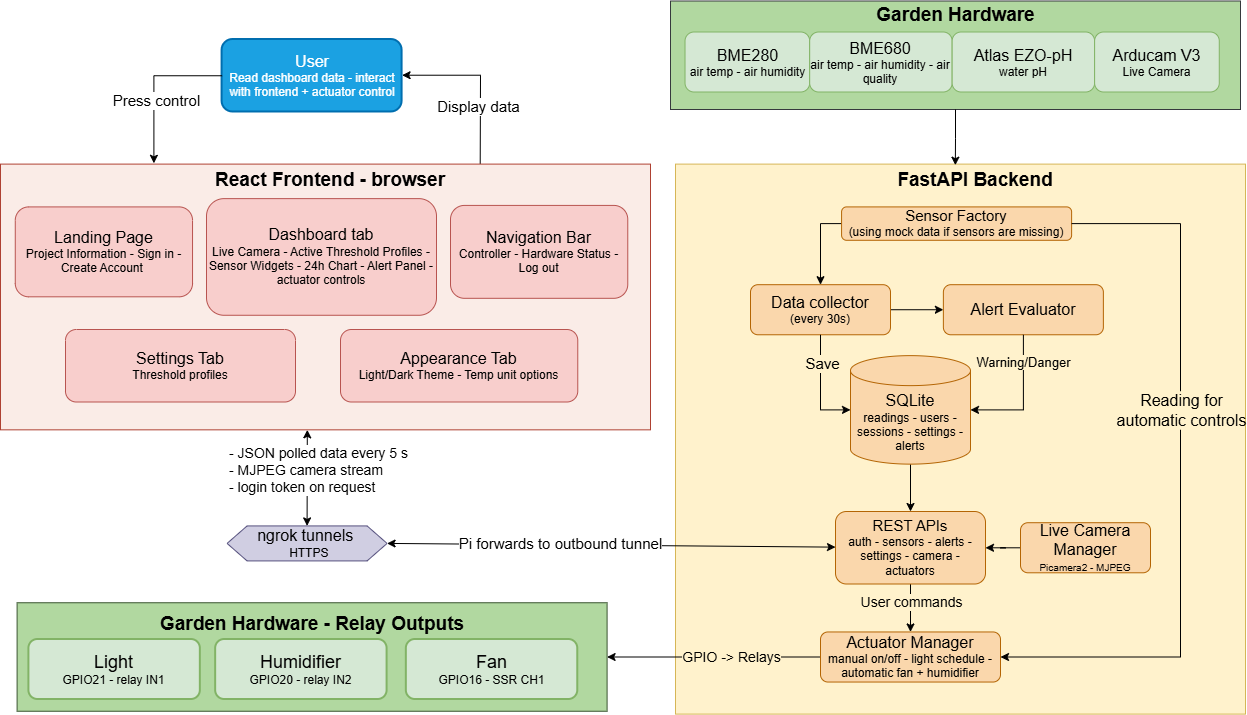
Before: docs/system-architecture/ProtoypeDiagram.png, a diagram exported from draw.io (vlotran/CMPE195A-Group-18). Source tidied: cells renumbered, new cells last; positions are measured from the earlier drawing's top-left corner, leaving out a move shared by most shapes.
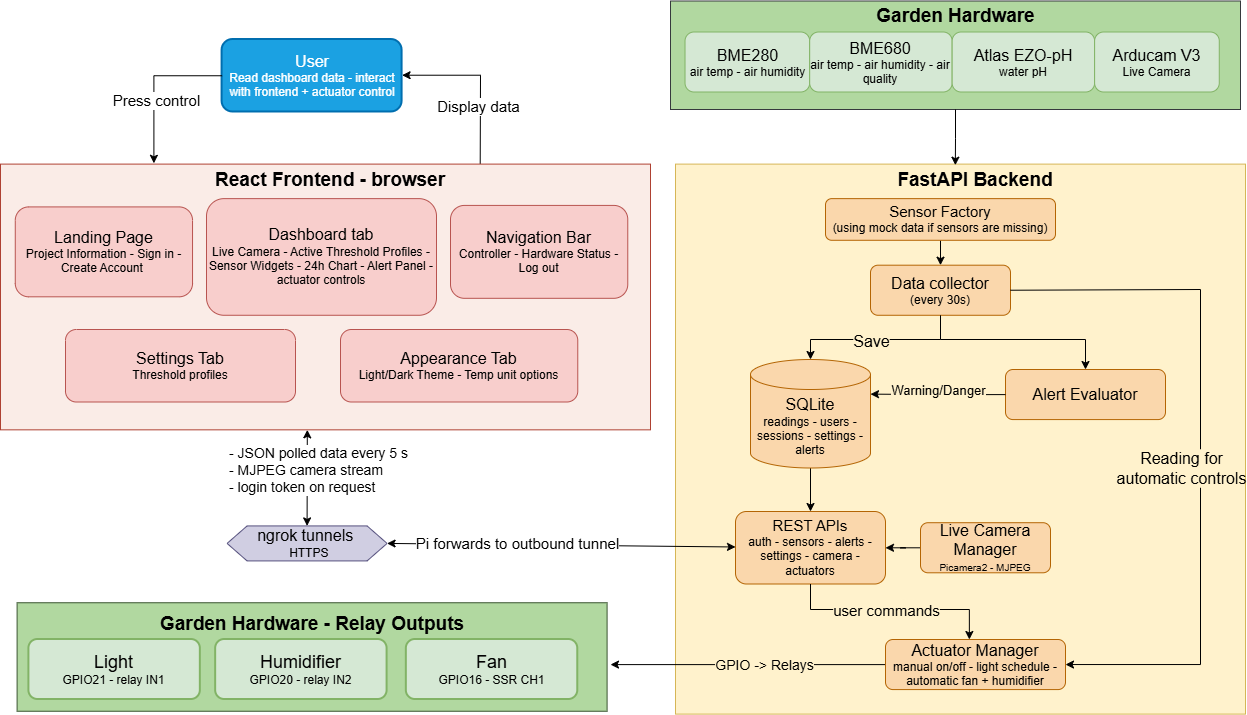
Later version of the same file.

Commit message:
Update the correct prototype diagram

What changed in the source:
```diff
@@ -62,52 +62,39 @@
     <mxCell id="17" value="&lt;b&gt;&lt;font style=&quot;font-size: 19px; color: light-dark(rgb(0, 0, 0), rgb(237, 237, 237));&quot;&gt;Garden Hardware&lt;/font&gt;&lt;/b&gt;" style="text;html=1;whiteSpace=wrap;strokeColor=none;fillColor=none;align=center;verticalAlign=middle;rounded=0;" parent="1" vertex="1">
       <mxGeometry x="831.4" y="-0.5" width="249.3" height="30" as="geometry" />
     </mxCell>
-    <mxCell id="18" style="edgeStyle=orthogonalEdgeStyle;rounded=0;jettySize=auto;html=1;entryX=0.5;entryY=0;entryDx=0;entryDy=0;exitX=0;exitY=0.5;exitDx=0;exitDy=0;" parent="1" edge="1" source="19" target="21">
+    <mxCell id="18" style="edgeStyle=orthogonalEdgeStyle;rounded=0;jettySize=auto;html=1;entryX=0.5;entryY=0;entryDx=0;entryDy=0;defaultLabelBackgroundColor=page;" parent="1" edge="1" source="19" target="21">
       <mxGeometry relative="1" as="geometry" />
     </mxCell>
     <mxCell id="19" value="&lt;font style=&quot;font-size: 15px;&quot;&gt;Sensor Factory&lt;/font&gt;&lt;br&gt;(using mock data if sensors are missing)" style="rounded=1;whiteSpace=wrap;html=1;roundedPerimeter=1;fillColor=#fad7ac;strokeColor=#b46504;" parent="1" vertex="1">
-      <mxGeometry x="841.1" y="205.4" width="230" height="33.4" as="geometry" />
+      <mxGeometry x="825" y="197.1" width="230" height="41.7" as="geometry" />
     </mxCell>
-    <mxCell id="20" style="edgeStyle=orthogonalEdgeStyle;rounded=0;jettySize=auto;html=1;" parent="1" edge="1" source="21" target="22">
-      <mxGeometry relative="1" as="geometry" />
-    </mxCell>
     <mxCell id="21" value="&lt;span style=&quot;font-size: 16px;&quot;&gt;Data collector&lt;/span&gt;&lt;div&gt;(every 30s)&lt;/div&gt;" style="rounded=1;whiteSpace=wrap;html=1;roundedPerimeter=1;fillColor=#fad7ac;strokeColor=#b46504;" parent="1" vertex="1">
-      <mxGeometry x="750" y="283.2" width="140" height="50.1" as="geometry" />
+      <mxGeometry x="870" y="263.7" width="140" height="50.1" as="geometry" />
     </mxCell>
     <mxCell id="22" value="&lt;font style=&quot;font-size: 16px;&quot;&gt;Alert Evaluator&lt;/font&gt;" style="rounded=1;whiteSpace=wrap;html=1;roundedPerimeter=1;fillColor=#fad7ac;strokeColor=#b46504;" parent="1" vertex="1">
-      <mxGeometry x="942.9" y="283.2" width="160" height="50.1" as="geometry" />
+      <mxGeometry x="1005" y="368" width="160" height="50.1" as="geometry" />
     </mxCell>
     <mxCell id="23" style="edgeStyle=orthogonalEdgeStyle;rounded=0;jettySize=auto;html=1;" parent="1" edge="1" source="24" target="44">
       <mxGeometry relative="1" as="geometry" />
     </mxCell>
     <mxCell id="24" value="&lt;span style=&quot;font-size: 16px;&quot;&gt;Live Camera Manager&lt;/span&gt;&lt;div&gt;&lt;font size=&quot;1&quot;&gt;Picamera2 - MJPEG&lt;/font&gt;&lt;/div&gt;" style="rounded=1;whiteSpace=wrap;html=1;roundedPerimeter=1;fillColor=#fad7ac;strokeColor=#b46504;" parent="1" vertex="1">
-      <mxGeometry x="1020" y="521.2" width="130" height="50.1" as="geometry" />
+      <mxGeometry x="920" y="521.2" width="130" height="50.1" as="geometry" />
     </mxCell>
-    <mxCell id="25" style="edgeStyle=orthogonalEdgeStyle;rounded=0;jettySize=auto;html=1;" parent="1" edge="1" source="44" target="34">
-      <mxGeometry relative="1" as="geometry" />
-    </mxCell>
-    <mxCell id="26" value="User commands" style="edgeLabel;html=1;align=center;verticalAlign=middle;inheritText=fontFamily,fontColor,fontStyle,textOpacity,labelBorderWidth,defaultLabelBackgroundColor,labelPadding;labelBackgroundColor=#fff2cc;labelBorderColor=none;fontSize=14;" parent="25" vertex="1">
-      <mxGeometry x="-0.24" relative="1" as="geometry" />
-    </mxCell>
-    <mxCell id="27" style="edgeStyle=orthogonalEdgeStyle;rounded=0;jettySize=auto;html=1;entryX=0;entryY=0.5;entryDx=0;entryDy=0;entryPerimeter=0;" parent="1" edge="1" source="21" target="46">
-      <mxGeometry relative="1" as="geometry" />
-    </mxCell>
-    <mxCell id="28" value="Save" style="edgeLabel;html=1;align=center;verticalAlign=middle;inheritText=fontFamily,fontStyle,textOpacity,labelBorderWidth,defaultLabelBackgroundColor,labelPadding;fontSize=15;labelBackgroundColor=#fff2cc;labelBorderColor=none;" parent="27" vertex="1">
-      <mxGeometry x="-0.48" y="1" relative="1" as="geometry" />
-    </mxCell>
-    <mxCell id="29" style="edgeStyle=orthogonalEdgeStyle;rounded=0;jettySize=auto;html=1;entryX=1;entryY=0.5;entryDx=0;entryDy=0;entryPerimeter=0;" parent="1" edge="1" source="22" target="46">
+    <mxCell id="29" style="edgeStyle=orthogonalEdgeStyle;rounded=0;jettySize=auto;html=1;entryX=1;entryY=0;entryDx=0;entryDy=34.625;entryPerimeter=0;" parent="1" edge="1" source="22" target="46">
       <mxGeometry relative="1" as="geometry" />
     </mxCell>
     <mxCell id="30" value="Warning/Danger" style="edgeLabel;html=1;align=center;verticalAlign=middle;inheritText=fontFamily,fontColor,fontStyle,textOpacity,labelBorderWidth,defaultLabelBackgroundColor,labelPadding;labelBackgroundColor=#fff2cc;labelBorderColor=none;fontSize=13;" parent="29" vertex="1">
-      <mxGeometry x="-0.36" relative="1" as="geometry">
-        <mxPoint y="-14" as="offset" />
+      <mxGeometry x="-0.27" relative="1" as="geometry">
+        <mxPoint x="-19" y="-5" as="offset" />
       </mxGeometry>
     </mxCell>
     <mxCell id="31" value="&lt;b&gt;&lt;font style=&quot;font-size: 19px;&quot;&gt;FastAPI Backend&lt;/font&gt;&lt;/b&gt;" style="text;html=1;whiteSpace=wrap;strokeColor=none;fillColor=none;align=center;verticalAlign=middle;rounded=0;" parent="1" vertex="1">
       <mxGeometry x="835" y="166.3" width="280" height="25" as="geometry" />
     </mxCell>
-    <mxCell id="32" style="edgeStyle=orthogonalEdgeStyle;rounded=0;jettySize=auto;html=1;defaultLabelBackgroundColor=page;" parent="1" edge="1" source="34" target="50">
-      <mxGeometry relative="1" as="geometry" />
+    <mxCell id="32" style="edgeStyle=orthogonalEdgeStyle;rounded=0;jettySize=auto;html=1;defaultLabelBackgroundColor=page;" parent="1" edge="1" source="34">
+      <mxGeometry relative="1" as="geometry">
+        <mxPoint x="610" y="663.1" as="targetPoint" />
+      </mxGeometry>
     </mxCell>
     <mxCell id="33" value="GPIO -&amp;gt; Relays" style="edgeLabel;html=1;align=center;verticalAlign=middle;inheritText=fontFamily,fontColor,fontStyle,textOpacity,labelBorderWidth,defaultLabelBackgroundColor,labelPadding;defaultLabelBackgroundColor=page;labelBackgroundColor=#fff2cc;labelBorderColor=none;fontSize=14;" parent="32" vertex="1">
       <mxGeometry x="0.04" y="-2" relative="1" as="geometry">
@@ -115,7 +102,7 @@
       </mxGeometry>
     </mxCell>
     <mxCell id="34" value="&lt;div&gt;&lt;span style=&quot;font-size: 16px;&quot;&gt;Actuator Manager&lt;br&gt;&lt;/span&gt;manual on/off - light schedule - automatic fan + humidifier&lt;/div&gt;" style="rounded=1;whiteSpace=wrap;html=1;roundedPerimeter=1;fillColor=#fad7ac;strokeColor=#b46504;" parent="1" vertex="1">
-      <mxGeometry x="820" y="630.5" width="180" height="50.1" as="geometry" />
+      <mxGeometry x="885" y="638" width="180" height="50.1" as="geometry" />
     </mxCell>
     <mxCell id="35" style="endArrow=classic;startArrow=classic;html=1;rounded=0;exitX=1;exitY=0.5;exitDx=0;exitDy=0;" parent="1" edge="1" source="3" target="44">
       <mxGeometry relative="1" as="geometry" />
@@ -147,25 +134,25 @@
       <mxGeometry x="192" y="166.3" width="275.8" height="25.7" as="geometry" />
     </mxCell>
     <mxCell id="44" value="&lt;span style=&quot;font-size: 15px;&quot;&gt;REST APIs&lt;/span&gt;&lt;div&gt;auth - sensors - alerts - settings - camera - actuators&lt;/div&gt;" style="rounded=1;whiteSpace=wrap;html=1;roundedPerimeter=1;fillColor=#fad7ac;strokeColor=#b46504;" parent="1" vertex="1">
-      <mxGeometry x="835" y="510" width="150" height="72.5" as="geometry" />
+      <mxGeometry x="735" y="510" width="150" height="72.5" as="geometry" />
     </mxCell>
     <mxCell id="45" style="edgeStyle=orthogonalEdgeStyle;rounded=0;jettySize=auto;html=1;defaultLabelBackgroundColor=page;" parent="1" edge="1" source="46" target="44">
       <mxGeometry relative="1" as="geometry" />
     </mxCell>
     <mxCell id="46" value="&lt;font style=&quot;font-size: 16px;&quot;&gt;SQLite&lt;/font&gt;&lt;div&gt;readings - users - sessions - settings - alerts&lt;/div&gt;" style="shape=cylinder3;whiteSpace=wrap;html=1;boundedLbl=1;backgroundOutline=1;size=15;fillColor=#fad7ac;strokeColor=#b46504;" parent="1" vertex="1">
-      <mxGeometry x="850" y="354.1" width="120" height="108.5" as="geometry" />
+      <mxGeometry x="750" y="358" width="120" height="108.5" as="geometry" />
     </mxCell>
-    <mxCell id="47" style="endArrow=classic;html=1;rounded=0;defaultLabelBackgroundColor=page;exitX=1;exitY=0.5;exitDx=0;exitDy=0;entryX=1;entryY=0.5;entryDx=0;entryDy=0;" parent="1" edge="1" source="19" target="34">
-      <mxGeometry relative="1" as="geometry">
+    <mxCell id="47" style="endArrow=classic;html=1;rounded=0;defaultLabelBackgroundColor=page;exitX=1;exitY=0.5;exitDx=0;exitDy=0;entryX=1;entryY=0.5;entryDx=0;entryDy=0;" parent="1" edge="1" source="21" target="34">
+      <mxGeometry x="0.25" relative="1" as="geometry">
         <Array as="points">
-          <mxPoint x="1180" y="222.1" />
-          <mxPoint x="1180" y="655.5" />
+          <mxPoint x="1200" y="288" />
+          <mxPoint x="1200" y="663" />
         </Array>
       </mxGeometry>
     </mxCell>
     <mxCell id="48" value="Reading for&lt;br&gt;automatic controls" style="edgeLabel;html=1;align=center;verticalAlign=middle;inheritText=fontFamily,fontColor,fontStyle,textOpacity,labelBorderColor,labelBorderWidth,labelBackgroundColor,defaultLabelBackgroundColor,labelPadding;defaultLabelBackgroundColor=page;fontSize=16;" parent="47" vertex="1">
-      <mxGeometry x="-0.09" y="2" relative="1" as="geometry">
-        <mxPoint x="-2" y="-32" as="offset" />
+      <mxGeometry x="0.14" y="2" relative="1" as="geometry">
+        <mxPoint x="-22" y="-30" as="offset" />
       </mxGeometry>
     </mxCell>
     <mxCell id="49" style="edgeStyle=orthogonalEdgeStyle;rounded=0;jettySize=auto;html=1;entryX=0.428;entryY=-0.106;entryDx=0;entryDy=0;entryPerimeter=0;defaultLabelBackgroundColor=page;" parent="1" edge="1" source="12" target="31">
@@ -186,5 +173,39 @@
     <mxCell id="54" value="&lt;font style=&quot;font-size: 18px;&quot;&gt;Fan&lt;/font&gt;&lt;br&gt;&lt;font&gt;GPIO16 - SSR CH1&lt;/font&gt;" style="rounded=1;whiteSpace=wrap;html=1;roundedPerimeter=1;fillColor=#d5e8d4;strokeColor=#82b366;strokeWidth=2;" parent="1" vertex="1">
       <mxGeometry x="405.8" y="638" width="171.4" height="60" as="geometry" />
     </mxCell>
+    <mxCell id="27" style="endArrow=classic;html=1;rounded=0;defaultLabelBackgroundColor=page;entryX=0.5;entryY=0;entryDx=0;entryDy=0;entryPerimeter=0;exitX=0.5;exitY=1;exitDx=0;exitDy=0;" parent="1" edge="1" source="21" target="46">
+      <mxGeometry x="0.02" relative="1" as="geometry">
+        <Array as="points">
+          <mxPoint x="940" y="338" />
+          <mxPoint x="810" y="338" />
+        </Array>
+      </mxGeometry>
+    </mxCell>
+    <mxCell id="28" value="Save" style="edgeLabel;html=1;align=center;verticalAlign=middle;inheritText=fontFamily,fontColor,fontStyle,textOpacity,labelBorderColor,labelBorderWidth,labelBackgroundColor,defaultLabelBackgroundColor,labelPadding;defaultLabelBackgroundColor=page;fontSize=16;" parent="27" vertex="1">
+      <mxGeometry x="-0.16" y="1" relative="1" as="geometry">
+        <mxPoint x="-21" as="offset" />
+      </mxGeometry>
+    </mxCell>
+    <mxCell id="55" style="endArrow=classic;html=1;rounded=0;defaultLabelBackgroundColor=page;entryX=0.5;entryY=0;entryDx=0;entryDy=0;" parent="1" edge="1" target="22">
+      <mxGeometry x="0.03" relative="1" as="geometry">
+        <mxPoint x="940" y="338" as="sourcePoint" />
+        <Array as="points">
+          <mxPoint x="1085" y="338" />
+        </Array>
+      </mxGeometry>
+    </mxCell>
+    <mxCell id="25" style="endArrow=classic;html=1;rounded=0;defaultLabelBackgroundColor=page;exitX=0.5;exitY=1;exitDx=0;exitDy=0;entryX=0.462;entryY=-0.057;entryDx=0;entryDy=0;" parent="1" edge="1" source="44" target="34">
+      <mxGeometry x="-0.09" relative="1" as="geometry">
+        <Array as="points">
+          <mxPoint x="810" y="608" />
+          <mxPoint x="968.9" y="608" />
+        </Array>
+      </mxGeometry>
+    </mxCell>
+    <mxCell id="56" value="user commands" style="edgeLabel;html=1;align=center;verticalAlign=middle;inheritText=fontFamily,fontColor,fontStyle,textOpacity,labelBorderColor,labelBorderWidth,labelBackgroundColor,defaultLabelBackgroundColor,labelPadding;defaultLabelBackgroundColor=page;fontSize=15;" parent="25" vertex="1">
+      <mxGeometry x="-0.11" y="-2" relative="1" as="geometry">
+        <mxPoint x="6" y="-2" as="offset" />
+      </mxGeometry>
+    </mxCell>
   </root>
 </mxGraphModel>
```
